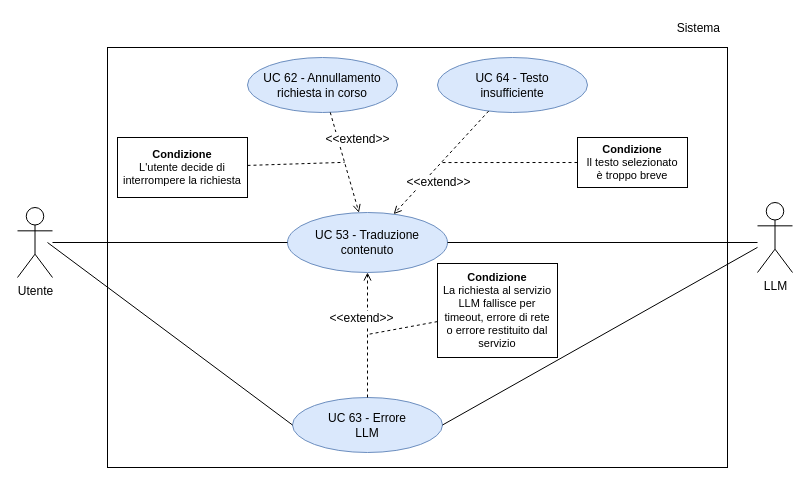
Earlier version of the draw.io diagram RTB/doc_esterna/analisi-dei-requisiti/assets/draw.io/UC53.drawio (thebitless-group-swe/thebitless.github.io). Source tidied: cells renumbered, new cells numbered last; positions are measured from the earlier drawing's top-left corner, leaving out a move shared by most shapes. Both pictures are drawn from the tidied source at 100%, with x=0, y=0 at pixel (17, 17).
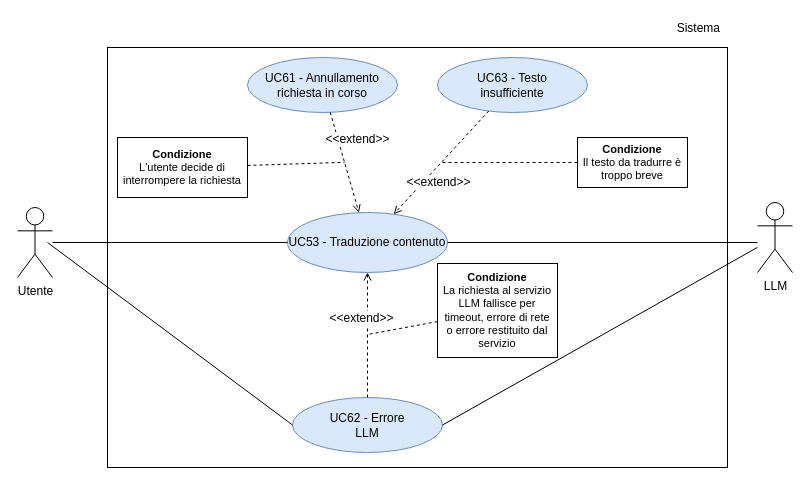
The same diagram, later.

Diff of the diagram source:
```diff
@@
-    <mxCell id="5" value="&lt;font&gt;UC 53 - Traduzione contenuto&lt;/font&gt;" style="ellipse;whiteSpace=wrap;html=1;fillColor=#dae8fc;strokeColor=#6c8ebf;fontSize=12;" parent="1" vertex="1">
+    <mxCell id="5" value="&lt;font&gt;UC53 - Traduzione contenuto&lt;/font&gt;" style="ellipse;whiteSpace=wrap;html=1;fillColor=#dae8fc;strokeColor=#6c8ebf;fontSize=12;" parent="1" vertex="1">
       <mxGeometry x="270" y="195" width="160" height="60" as="geometry" />
     </mxCell>
-    <mxCell id="6" value="&lt;font&gt;UC 62 - Annullamento&lt;br&gt;richiesta in corso&lt;/font&gt;" style="ellipse;whiteSpace=wrap;html=1;fillColor=#dae8fc;strokeColor=#6c8ebf;fontSize=12;" parent="1" vertex="1">
+    <mxCell id="6" value="&lt;font&gt;UC61 - Annullamento&lt;br&gt;richiesta in corso&lt;/font&gt;" style="ellipse;whiteSpace=wrap;html=1;fillColor=#dae8fc;strokeColor=#6c8ebf;fontSize=12;" parent="1" vertex="1">
       <mxGeometry x="230" y="40" width="150" height="55" as="geometry" />
     </mxCell>
-    <mxCell id="7" value="&lt;font&gt;UC 63 - Errore&lt;br&gt;LLM&lt;/font&gt;" style="ellipse;whiteSpace=wrap;html=1;fillColor=#dae8fc;strokeColor=#6c8ebf;fontSize=12;" parent="1" vertex="1">
+    <mxCell id="7" value="&lt;font&gt;UC62 - Errore&lt;br&gt;LLM&lt;/font&gt;" style="ellipse;whiteSpace=wrap;html=1;fillColor=#dae8fc;strokeColor=#6c8ebf;fontSize=12;" parent="1" vertex="1">
       <mxGeometry x="275" y="380" width="150" height="55" as="geometry" />
     </mxCell>
-    <mxCell id="8" value="&lt;font&gt;UC 64 - Testo&lt;br&gt;insufficiente&lt;/font&gt;" style="ellipse;whiteSpace=wrap;html=1;fillColor=#dae8fc;strokeColor=#6c8ebf;fontSize=12;" parent="1" vertex="1">
+    <mxCell id="8" value="&lt;font&gt;UC63 - Testo&lt;br&gt;insufficiente&lt;/font&gt;" style="ellipse;whiteSpace=wrap;html=1;fillColor=#dae8fc;strokeColor=#6c8ebf;fontSize=12;" parent="1" vertex="1">
       <mxGeometry x="420" y="40" width="150" height="55" as="geometry" />
     </mxCell>
@@
-    <mxCell id="19" value="&lt;b&gt;Condizione&lt;/b&gt;&lt;br&gt;Il testo selezionato è troppo breve" style="rounded=0;whiteSpace=wrap;html=1;fillColor=#ffffff;strokeColor=#000000;fontSize=11;align=center;verticalAlign=middle;spacing=6;" parent="1" vertex="1">
+    <mxCell id="19" value="&lt;b&gt;Condizione&lt;/b&gt;&lt;br&gt;Il testo da tradurre è troppo breve" style="rounded=0;whiteSpace=wrap;html=1;fillColor=#ffffff;strokeColor=#000000;fontSize=11;align=center;verticalAlign=middle;spacing=6;" parent="1" vertex="1">
       <mxGeometry x="560" y="120" width="110" height="50" as="geometry" />
     </mxCell>
```
